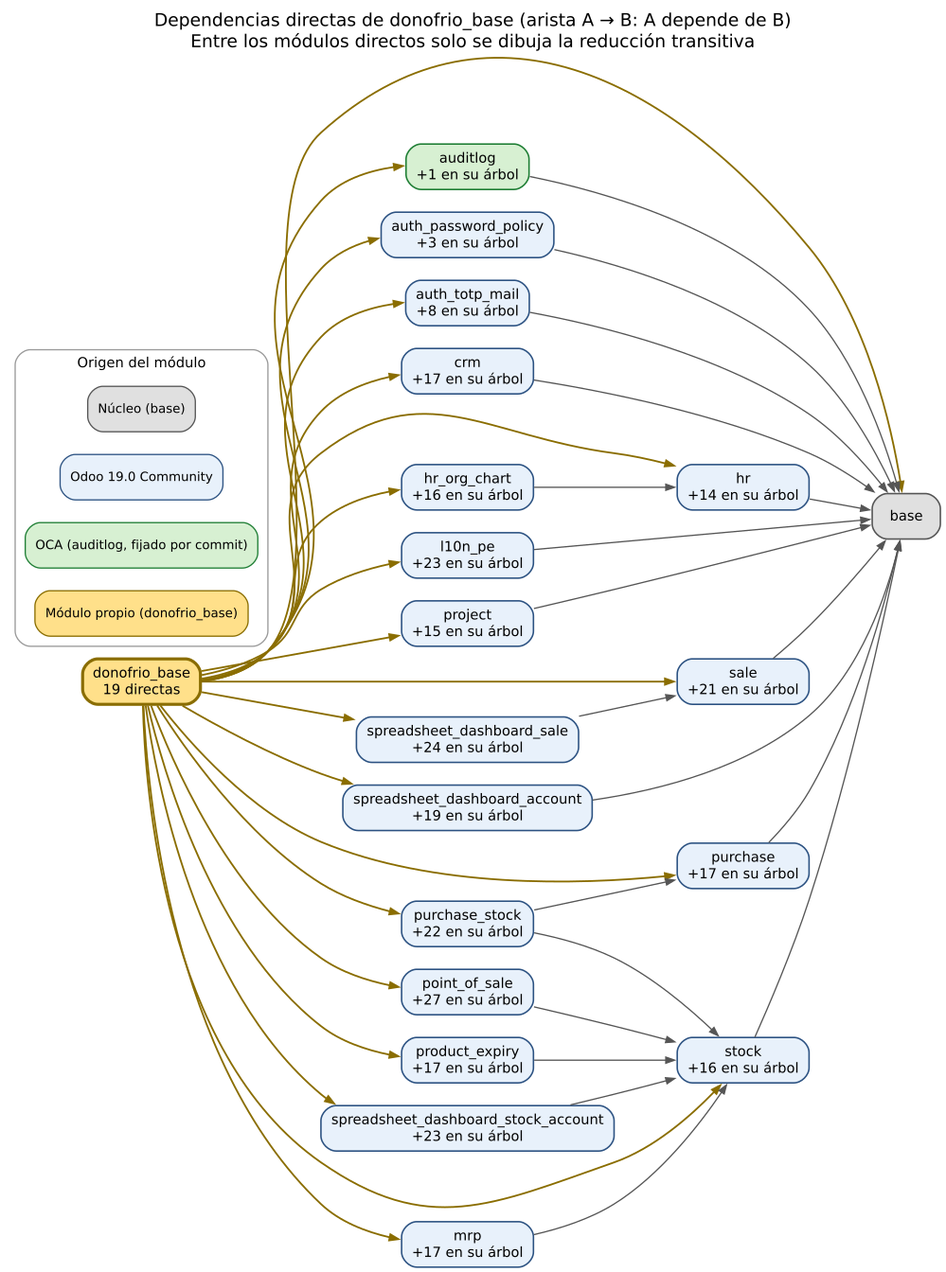
Above: docs/diagramas/dependencias/dependencias_directas.png in orlando572/erp-donofrio (Graphviz), before the change. Its source is kept beside it as docs/diagramas/dependencias/dependencias_directas.dot.
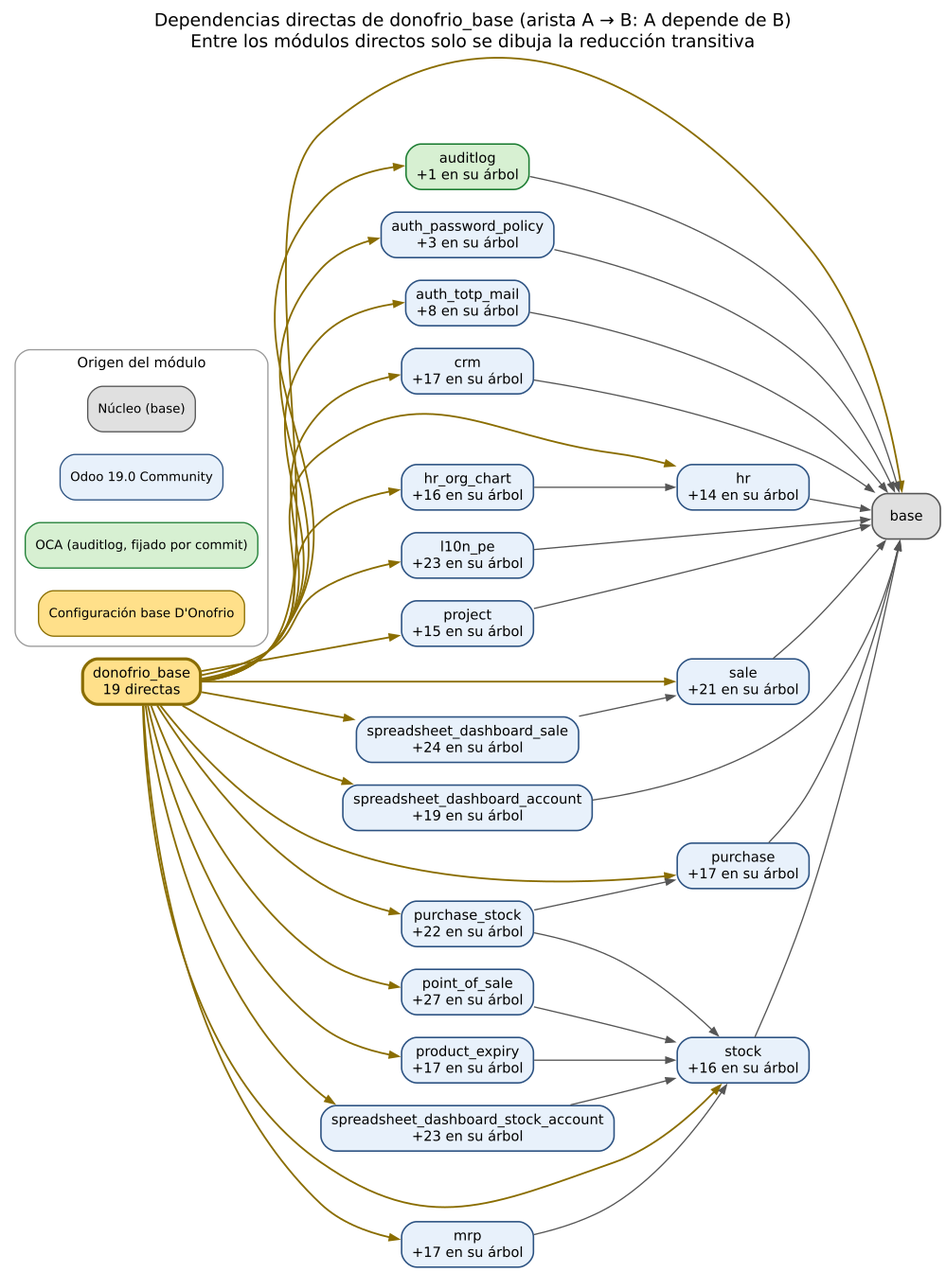
After the change.

Change to the diagram source:
```diff
@@ -60,7 +60,7 @@
   "spreadsheet_dashboard_stock_account" -> "stock";
   "stock" -> "base";
   subgraph cluster_leyenda { label="Origen del módulo"; fontsize=11; color="#999999"; style=rounded;
-    "leyenda_propio" [label="Módulo propio (donofrio_base)", shape=box, style="filled,rounded", fillcolor="#ffe08a", color="#8a6d00", fontsize=10];
+    "leyenda_propio" [label="Configuración base D'Onofrio", shape=box, style="filled,rounded", fillcolor="#ffe08a", color="#8a6d00", fontsize=10];
     "leyenda_oca" [label="OCA (auditlog, fijado por commit)", shape=box, style="filled,rounded", fillcolor="#d7f0d2", color="#1e7e34", fontsize=10];
     "leyenda_odoo" [label="Odoo 19.0 Community", shape=box, style="filled,rounded", fillcolor="#e8f1fb", color="#2c5282", fontsize=10];
     "leyenda_base" [label="Núcleo (base)", shape=box, style="filled,rounded", fillcolor="#e0e0e0", color="#555555", fontsize=10];
```
